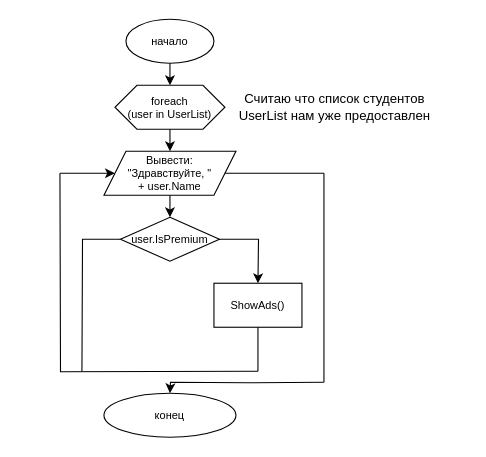
This is Mod12/SF12_1_5.drawio from mekrav/SF_Tasks, a draw.io file, before an edit. Source tidied: cells renumbered, new cells numbered last; positions are measured from the earlier drawing's top-left corner, leaving out a move shared by most shapes. Both pictures are drawn from the tidied source at 110%, with x=0, y=0 at pixel (59, 19).
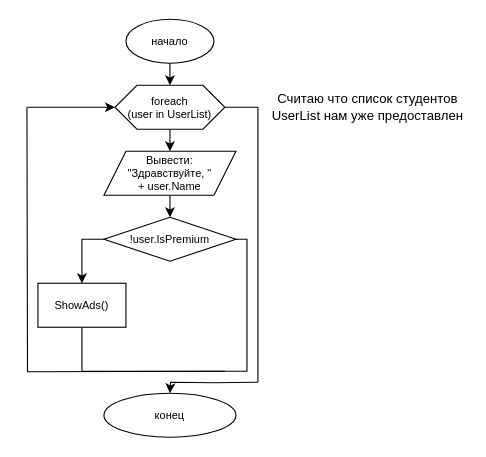
After the change.

Unchanged cells that the change refers to:
```xml
<mxCell id="3" value="foreach&lt;br style=&quot;font-size: 10px;&quot;&gt;(user in UserList)" style="shape=hexagon;perimeter=hexagonPerimeter2;whiteSpace=wrap;html=1;fixedSize=1;fontSize=10;" parent="1" vertex="1">
  <mxGeometry x="50" y="60" width="100" height="40" as="geometry" />
</mxCell>
<mxCell id="6" value="Вывести: &lt;br&gt;&quot;Здравствуйте, &quot; &lt;br&gt;+ user.Name" style="shape=parallelogram;perimeter=parallelogramPerimeter;whiteSpace=wrap;html=1;fixedSize=1;fontSize=10;" parent="1" vertex="1">
  <mxGeometry x="40" y="120" width="120" height="40" as="geometry" />
</mxCell>
```

Change to the diagram source:
```diff
@@
     <mxCell id="5" value="Считаю что список студентов UserList нам уже предоставлен" style="text;html=1;strokeColor=none;fillColor=none;align=center;verticalAlign=middle;whiteSpace=wrap;rounded=0;" parent="1" vertex="1">
-      <mxGeometry x="160" y="60" width="180" height="40" as="geometry" />
+      <mxGeometry x="190" y="60" width="180" height="40" as="geometry" />
     </mxCell>
@@
-    <mxCell id="8" value="user.IsPremium" style="rhombus;whiteSpace=wrap;html=1;fontSize=10;" parent="1" vertex="1">
-      <mxGeometry x="55" y="180" width="90" height="40" as="geometry" />
+    <mxCell id="8" value="!user.IsPremium" style="rhombus;whiteSpace=wrap;html=1;fontSize=10;" parent="1" vertex="1">
+      <mxGeometry x="40" y="180" width="120" height="40" as="geometry" />
     </mxCell>
@@
-    <mxCell id="10" style="endArrow=classic;html=1;rounded=0;fontSize=10;exitX=1;exitY=0.5;exitDx=0;exitDy=0;edgeStyle=orthogonalEdgeStyle;" parent="1" edge="1" source="8">
-      <mxGeometry relative="1" as="geometry">
-        <mxPoint x="180" y="240" as="targetPoint" />
-      </mxGeometry>
-    </mxCell>
     <mxCell id="11" value="ShowAds()" style="rounded=0;whiteSpace=wrap;html=1;fontSize=10;" parent="1" vertex="1">
-      <mxGeometry x="140" y="240" width="80" height="40" as="geometry" />
+      <mxGeometry x="-20" y="240" width="80" height="40" as="geometry" />
     </mxCell>
     <mxCell id="12" style="endArrow=none;html=1;rounded=0;fontSize=10;exitX=0.5;exitY=1;exitDx=0;exitDy=0;" parent="1" edge="1" source="11">
       <mxGeometry relative="1" as="geometry">
-        <mxPoint x="180" y="320" as="targetPoint" />
+        <mxPoint x="20" y="320" as="targetPoint" />
       </mxGeometry>
     </mxCell>
-    <mxCell id="13" style="endArrow=none;html=1;rounded=0;fontSize=10;exitX=0;exitY=0.5;exitDx=0;exitDy=0;edgeStyle=orthogonalEdgeStyle;" parent="1" edge="1" source="8">
+    <mxCell id="13" style="endArrow=none;html=1;rounded=0;fontSize=10;edgeStyle=orthogonalEdgeStyle;" parent="1" edge="1">
       <mxGeometry relative="1" as="geometry">
+        <mxPoint x="160" y="200" as="sourcePoint" />
         <mxPoint x="20" y="320" as="targetPoint" />
+        <Array as="points">
+          <mxPoint x="170" y="200" />
+          <mxPoint x="170" y="320" />
+        </Array>
       </mxGeometry>
     </mxCell>
     <mxCell id="14" style="endArrow=none;html=1;rounded=0;fontSize=10;edgeStyle=orthogonalEdgeStyle;" parent="1" edge="1">
       <mxGeometry relative="1" as="geometry">
-        <mxPoint x="180" y="320" as="sourcePoint" />
-        <mxPoint y="140" as="targetPoint" />
+        <mxPoint x="150" y="320" as="sourcePoint" />
+        <mxPoint x="-30" y="80" as="targetPoint" />
       </mxGeometry>
     </mxCell>
-    <mxCell id="15" style="endArrow=classic;html=1;rounded=0;fontSize=10;entryX=0;entryY=0.5;entryDx=0;entryDy=0;" parent="1" edge="1" target="6">
+    <mxCell id="15" style="endArrow=classic;html=1;rounded=0;fontSize=10;entryX=0;entryY=0.5;entryDx=0;entryDy=0;" parent="1" edge="1" target="3">
       <mxGeometry relative="1" as="geometry">
-        <mxPoint y="140" as="sourcePoint" />
+        <mxPoint x="-30" y="80" as="sourcePoint" />
+        <Array as="points">
+          <mxPoint x="10" y="80" />
+        </Array>
       </mxGeometry>
     </mxCell>
-    <mxCell id="16" style="endArrow=none;html=1;rounded=0;fontSize=10;entryX=1;entryY=0.5;entryDx=0;entryDy=0;" parent="1" edge="1" target="6">
+    <mxCell id="16" style="endArrow=none;html=1;rounded=0;fontSize=10;entryX=1;entryY=0.5;entryDx=0;entryDy=0;" parent="1" edge="1" target="3">
       <mxGeometry relative="1" as="geometry">
-        <mxPoint x="240" y="140" as="sourcePoint" />
+        <mxPoint x="180" y="80" as="sourcePoint" />
       </mxGeometry>
     </mxCell>
     <mxCell id="17" style="endArrow=none;html=1;rounded=0;fontSize=10;" parent="1" edge="1">
       <mxGeometry relative="1" as="geometry">
-        <mxPoint x="240" y="330" as="sourcePoint" />
-        <mxPoint x="240" y="140" as="targetPoint" />
+        <mxPoint x="180" y="330" as="sourcePoint" />
+        <mxPoint x="180" y="80" as="targetPoint" />
       </mxGeometry>
     </mxCell>
     <mxCell id="18" style="endArrow=classic;html=1;rounded=0;fontSize=10;edgeStyle=orthogonalEdgeStyle;" parent="1" edge="1">
       <mxGeometry relative="1" as="geometry">
-        <mxPoint x="240" y="330" as="sourcePoint" />
+        <mxPoint x="180" y="330" as="sourcePoint" />
         <mxPoint x="100" y="340" as="targetPoint" />
       </mxGeometry>
     </mxCell>
@@
+    <mxCell id="20" style="endArrow=classic;html=1;rounded=0;fontSize=10;entryX=0.5;entryY=0;entryDx=0;entryDy=0;exitX=0;exitY=0.5;exitDx=0;exitDy=0;edgeStyle=orthogonalEdgeStyle;" parent="1" edge="1" source="8" target="11">
+      <mxGeometry relative="1" as="geometry" />
+    </mxCell>
```
